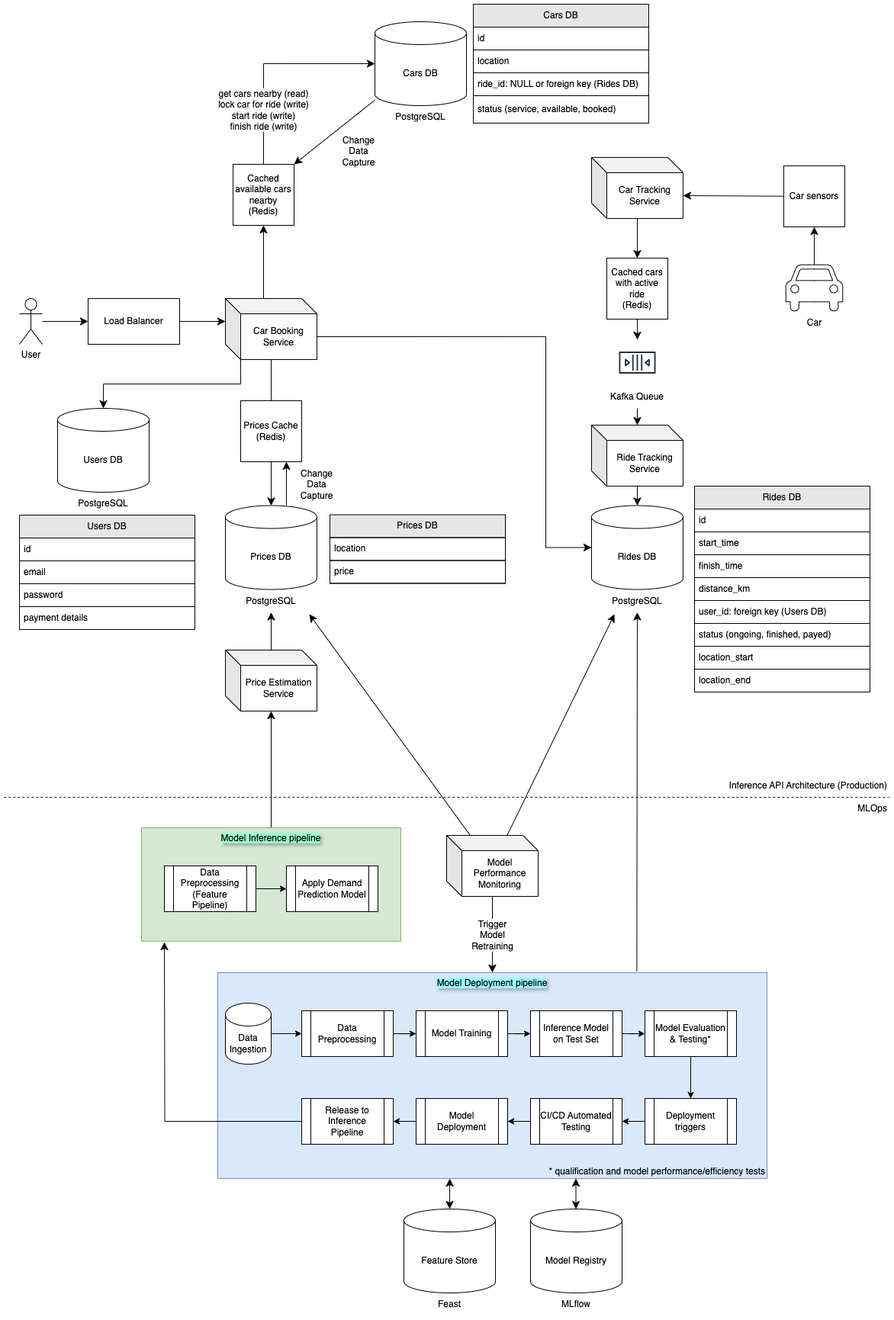
artem-istranin/system-design-sandbox keeps this draw.io diagram as sixt/assets/sixt.drawio.png. Above is the earlier version. Source tidied: cells renumbered, new cells last; positions are measured from the earlier drawing's top-left corner, leaving out a move shared by most shapes.
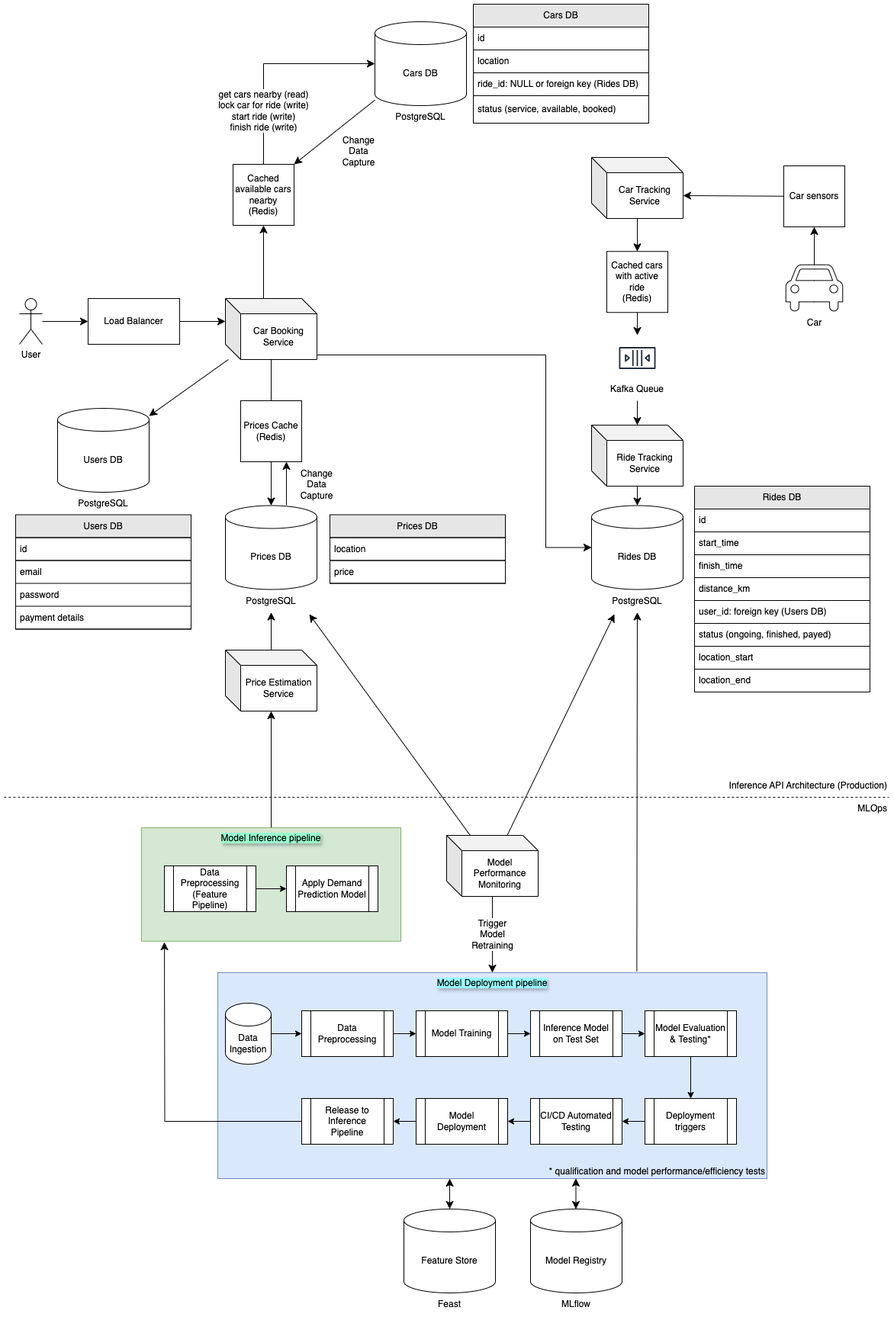
The same diagram one commit later.

The edit, as a diff of the source:
```diff
@@ -79,14 +79,12 @@
     <mxCell id="26" style="edgeStyle=orthogonalEdgeStyle;rounded=0;jettySize=auto;html=1;entryX=0;entryY=0.5;entryDx=0;entryDy=0;entryPerimeter=0;fontSize=12;startSize=8;endSize=8;exitX=0;exitY=0;exitDx=120;exitDy=50;exitPerimeter=0;startArrow=none;startFill=0;" parent="1" edge="1" source="11" target="30">
       <mxGeometry relative="1" as="geometry">
         <Array as="points">
-          <mxPoint x="710" y="436" />
+          <mxPoint x="410" y="460" />
+          <mxPoint x="710" y="460" />
           <mxPoint x="710" y="713" />
         </Array>
       </mxGeometry>
     </mxCell>
-    <mxCell id="27" style="edgeStyle=orthogonalEdgeStyle;rounded=0;jettySize=auto;html=1;entryX=0.5;entryY=0;entryDx=0;entryDy=0;entryPerimeter=0;fontSize=12;startSize=8;endSize=8;exitX=0;exitY=0;exitDx=20;exitDy=80;exitPerimeter=0;startArrow=none;startFill=0;" parent="1" edge="1" source="11" target="93">
-      <mxGeometry relative="1" as="geometry" />
-    </mxCell>
     <mxCell id="28" value="PostgreSQL" style="text;html=1;align=center;verticalAlign=middle;whiteSpace=wrap;rounded=0;" parent="1" vertex="1">
       <mxGeometry x="320" y="767.5" width="60" height="30" as="geometry" />
     </mxCell>
@@ -99,14 +97,9 @@
     <mxCell id="31" value="PostgreSQL" style="text;html=1;align=center;verticalAlign=middle;whiteSpace=wrap;rounded=0;" parent="29" vertex="1">
       <mxGeometry x="30" y="110" width="60" height="30" as="geometry" />
     </mxCell>
-    <mxCell id="32" style="edgeStyle=none;curved=1;rounded=0;jettySize=auto;html=1;fontSize=12;startSize=8;endSize=8;" parent="1" edge="1" target="23">
-      <mxGeometry relative="1" as="geometry">
-        <mxPoint x="830" y="530" as="sourcePoint" />
-      </mxGeometry>
+    <mxCell id="32" style="edgeStyle=none;curved=1;rounded=0;jettySize=auto;html=1;fontSize=12;startSize=8;endSize=8;exitX=0.5;exitY=1;exitDx=0;exitDy=0;" parent="1" edge="1" source="62" target="23">
+      <mxGeometry relative="1" as="geometry" />
     </mxCell>
-    <mxCell id="33" style="sketch=0;outlineConnect=0;fontColor=#232F3E;gradientColor=none;strokeColor=#232F3E;fillColor=#ffffff;dashed=0;verticalLabelPosition=bottom;verticalAlign=top;align=center;html=1;fontSize=12;fontStyle=0;shape=mxgraph.aws4.resourceIcon;resIcon=mxgraph.aws4.queue;" parent="1" vertex="1">
-      <mxGeometry x="800" y="440" width="60" height="60" as="geometry" />
-    </mxCell>
     <mxCell id="34" style="edgeStyle=orthogonalEdgeStyle;rounded=0;jettySize=auto;html=1;entryX=0.5;entryY=1;entryDx=0;entryDy=0;fontSize=12;startSize=8;endSize=8;startArrow=none;startFill=0;exitX=0;exitY=0;exitDx=50;exitDy=0;exitPerimeter=0;" parent="1" edge="1" source="11" target="35">
       <mxGeometry x="-0.33" relative="1" as="geometry">
         <mxPoint y="1" as="offset" />
@@ -158,7 +151,7 @@
       <mxGeometry y="240" width="230" height="30" as="geometry" />
     </mxCell>
     <mxCell id="50" value="Users DB" style="swimlane;fontStyle=0;horizontal=1;startSize=30;whiteSpace=wrap;html=1;direction=east;separatorColor=#000000;glass=0;fillColor=#E6E6E6;swimlaneFillColor=default;strokeWidth=1;perimeterSpacing=0;noLabel=0;" parent="1" vertex="1">
-      <mxGeometry x="20" y="670" width="230" height="150" as="geometry" />
+      <mxGeometry x="15" y="669.5" width="230" height="150" as="geometry" />
     </mxCell>
     <mxCell id="51" value="id" style="text;strokeColor=default;fillColor=none;align=left;verticalAlign=middle;spacingLeft=4;spacingRight=4;overflow=hidden;whiteSpace=wrap;html=1;" parent="50" vertex="1">
       <mxGeometry y="30" width="230" height="30" as="geometry" />
@@ -185,7 +178,7 @@
       <mxGeometry relative="1" as="geometry" />
     </mxCell>
     <mxCell id="59" value="Cached cars with active ride&lt;div&gt;(Redis)&lt;/div&gt;" style="whiteSpace=wrap;html=1;" parent="1" vertex="1">
-      <mxGeometry x="790" y="333" width="80" height="80" as="geometry" />
+      <mxGeometry x="790" y="324.2" width="80" height="80" as="geometry" />
     </mxCell>
     <mxCell id="60" value="Change&lt;div&gt;Data&lt;/div&gt;&lt;div&gt;Capture&lt;/div&gt;" style="text;html=1;align=center;verticalAlign=middle;whiteSpace=wrap;rounded=0;" parent="1" vertex="1">
       <mxGeometry x="435" y="173" width="60" height="40" as="geometry" />
@@ -193,9 +186,6 @@
     <mxCell id="61" style="edgeStyle=none;curved=1;rounded=0;jettySize=auto;html=1;entryX=1;entryY=0;entryDx=0;entryDy=0;fontSize=12;startSize=8;endSize=8;" parent="1" edge="1" source="21" target="35">
       <mxGeometry relative="1" as="geometry" />
     </mxCell>
-    <mxCell id="62" value="Kafka Queue" style="text;html=1;align=center;verticalAlign=middle;whiteSpace=wrap;rounded=0;" parent="1" vertex="1">
-      <mxGeometry x="790" y="500" width="80" height="30" as="geometry" />
-    </mxCell>
     <mxCell id="63" style="endArrow=none;dashed=1;html=1;rounded=0;fontSize=12;startSize=8;endSize=8;curved=1;" parent="1" edge="1">
       <mxGeometry relative="1" as="geometry">
         <mxPoint y="1040" as="sourcePoint" />
@@ -339,5 +329,19 @@
         <mxPoint x="400" y="800" as="targetPoint" />
       </mxGeometry>
     </mxCell>
+    <mxCell id="107" style="edgeStyle=none;curved=1;rounded=0;jettySize=auto;html=1;fontSize=12;startSize=8;endSize=8;" parent="1" edge="1" source="11">
+      <mxGeometry relative="1" as="geometry">
+        <mxPoint x="190" y="540" as="targetPoint" />
+      </mxGeometry>
+    </mxCell>
+    <mxCell id="108" style="group;" parent="1" vertex="1">
+      <mxGeometry x="790" y="434" width="80" height="86" as="geometry" />
+    </mxCell>
+    <mxCell id="33" style="sketch=0;outlineConnect=0;fontColor=#232F3E;gradientColor=none;strokeColor=#232F3E;fillColor=#ffffff;dashed=0;verticalLabelPosition=bottom;verticalAlign=top;align=center;html=1;fontSize=12;fontStyle=0;shape=mxgraph.aws4.resourceIcon;resIcon=mxgraph.aws4.queue;" parent="108" vertex="1">
+      <mxGeometry x="10" width="60" height="60" as="geometry" />
+    </mxCell>
+    <mxCell id="62" value="Kafka Queue" style="text;html=1;align=center;verticalAlign=middle;whiteSpace=wrap;rounded=0;" parent="108" vertex="1">
+      <mxGeometry y="56" width="80" height="30" as="geometry" />
+    </mxCell>
   </root>
 </mxGraphModel>
```
